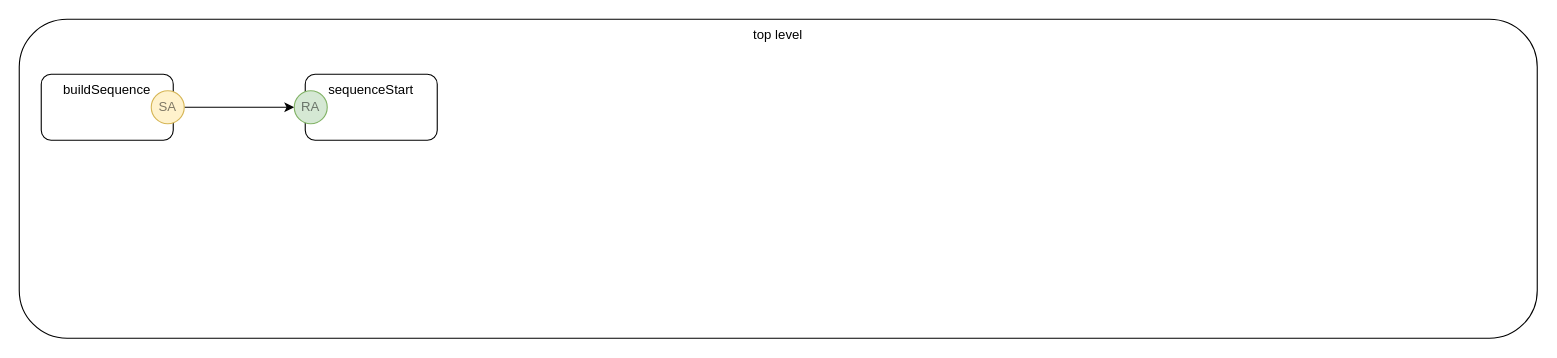
This is guitarvydas/sequence.drawio from guitarvydas/jam0001, a draw.io file, before an edit. Source tidied: cells renumbered, new cells numbered last; positions are measured from the earlier drawing's top-left corner, leaving out a move shared by most shapes. Both pictures are drawn from the tidied source at 110%, with x=0, y=0 at pixel (19, 19).
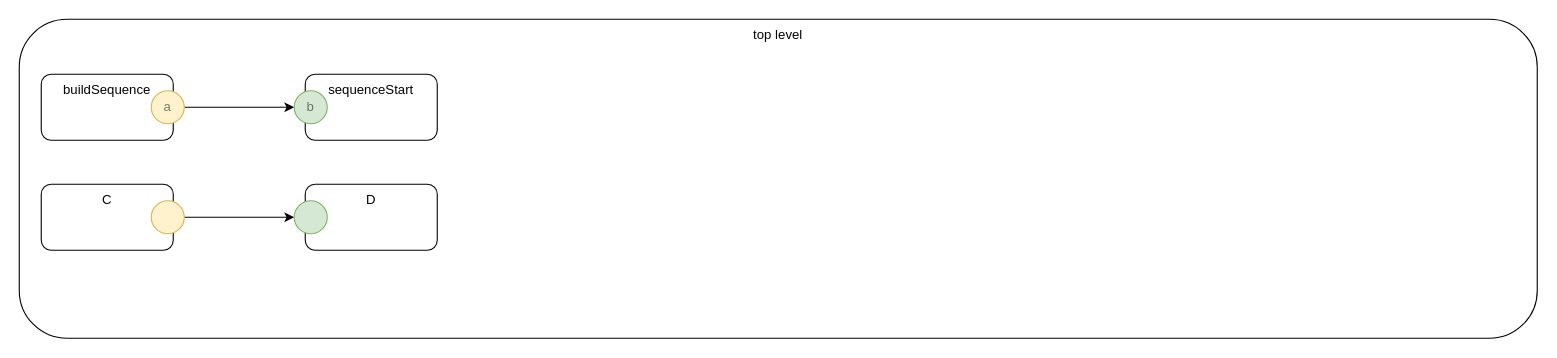
After the change.

Diff of the diagram source:
```diff
@@
 <mxGraphModel>
   <root>
     <mxCell id="0" />
     <mxCell id="1" parent="0" />
     <mxCell id="2" value="top level" style="rounded=1;whiteSpace=wrap;html=1;verticalAlign=top;" parent="1" vertex="1">
       <mxGeometry width="1380" height="290" as="geometry" />
     </mxCell>
     <mxCell id="3" value="buildSequence" style="rounded=1;whiteSpace=wrap;html=1;verticalAlign=top;" parent="1" vertex="1">
       <mxGeometry x="20" y="50" width="120" height="60" as="geometry" />
     </mxCell>
     <mxCell id="4" style="edgeStyle=orthogonalEdgeStyle;rounded=0;jettySize=auto;html=1;exitX=1;exitY=0.5;exitDx=0;exitDy=0;entryX=0;entryY=0.5;entryDx=0;entryDy=0;" parent="1" edge="1" source="5" target="7">
       <mxGeometry relative="1" as="geometry" />
     </mxCell>
-    <mxCell id="5" value="SA" style="ellipse;whiteSpace=wrap;html=1;fillColor=#fff2cc;align=center;strokeColor=#d6b656;textOpacity=50;" parent="1" vertex="1">
+    <mxCell id="5" value="a" style="ellipse;whiteSpace=wrap;html=1;fillColor=#fff2cc;align=center;strokeColor=#d6b656;textOpacity=50;" parent="1" vertex="1">
       <mxGeometry x="120" y="65" width="30" height="30" as="geometry" />
     </mxCell>
     <mxCell id="6" value="sequenceStart" style="rounded=1;whiteSpace=wrap;html=1;verticalAlign=top;" parent="1" vertex="1">
       <mxGeometry x="260" y="50" width="120" height="60" as="geometry" />
     </mxCell>
-    <mxCell id="7" value="RA" style="ellipse;whiteSpace=wrap;html=1;fillColor=#d5e8d4;align=center;strokeColor=#82b366;textOpacity=50;" parent="1" vertex="1">
+    <mxCell id="7" value="b" style="ellipse;whiteSpace=wrap;html=1;fillColor=#d5e8d4;align=center;strokeColor=#82b366;textOpacity=50;" parent="1" vertex="1">
       <mxGeometry x="250" y="65" width="30" height="30" as="geometry" />
     </mxCell>
+    <mxCell id="8" value="C" style="rounded=1;whiteSpace=wrap;html=1;verticalAlign=top;" parent="1" vertex="1">
+      <mxGeometry x="20" y="150" width="120" height="60" as="geometry" />
+    </mxCell>
+    <mxCell id="9" style="edgeStyle=orthogonalEdgeStyle;rounded=0;jettySize=auto;html=1;exitX=1;exitY=0.5;exitDx=0;exitDy=0;entryX=0;entryY=0.5;entryDx=0;entryDy=0;" parent="1" edge="1" source="10" target="12">
+      <mxGeometry relative="1" as="geometry" />
+    </mxCell>
+    <mxCell id="10" style="ellipse;whiteSpace=wrap;html=1;fillColor=#fff2cc;align=center;strokeColor=#d6b656;textOpacity=50;" parent="1" vertex="1">
+      <mxGeometry x="120" y="165" width="30" height="30" as="geometry" />
+    </mxCell>
+    <mxCell id="11" value="D" style="rounded=1;whiteSpace=wrap;html=1;verticalAlign=top;" parent="1" vertex="1">
+      <mxGeometry x="260" y="150" width="120" height="60" as="geometry" />
+    </mxCell>
+    <mxCell id="12" style="ellipse;whiteSpace=wrap;html=1;fillColor=#d5e8d4;align=center;strokeColor=#82b366;textOpacity=50;" parent="1" vertex="1">
+      <mxGeometry x="250" y="165" width="30" height="30" as="geometry" />
+    </mxCell>
   </root>
 </mxGraphModel>
```
